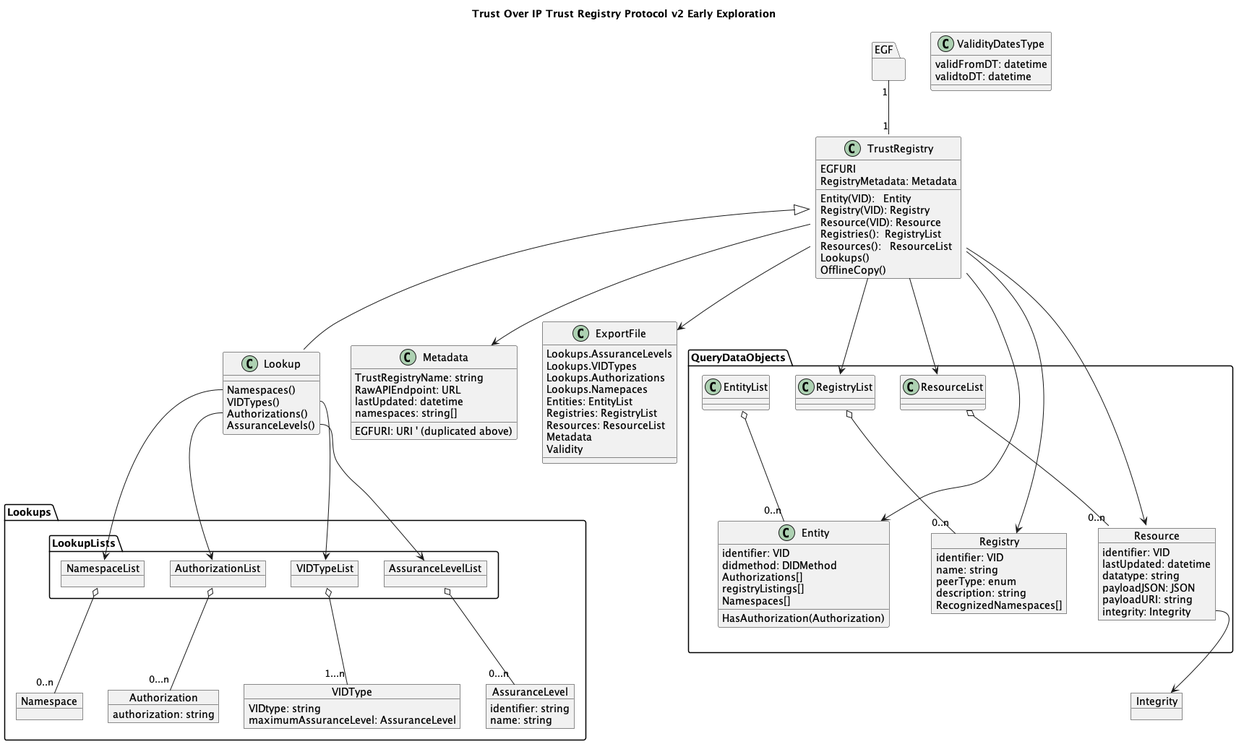
Above: spec/images/puml/highlevel.png in trustoverip/tswg-trust-registry-protocol (PlantUML), before the change. The source it was exported from:
```plantuml
@startuml



title Trust Over IP Trust Registry Protocol v2 Early Exploration

package EGF {

}



class TrustRegistry {
    EGFURI
    Entity(VID):   Entity
    Registry(VID): Registry
    Resource(VID): Resource
    Registries():  RegistryList
    Resources():   ResourceList
    RegistryMetadata: Metadata
    Lookups()
    OfflineCopy()
}





class Lookup {
    Namespaces()
    VIDTypes()
    Authorizations()
    AssuranceLevels()

}

class Metadata {
    EGFURI: URI ' (duplicated above)
    TrustRegistryName: string
    RawAPIEndpoint: URL
    lastUpdated: datetime
    namespaces: string[]


}

EGF "1" -- "1" TrustRegistry


TrustRegistry <|-- Lookup

package QueryDataObjects {

    class RegistryList
    class ResourceList
    class EntityList

    class Entity {
        identifier: VID
        didmethod: DIDMethod
        Authorizations[]
        registryListings[]
        Namespaces[]
        HasAuthorization(Authorization)
    }

    object Registry {
        identifier: VID
        name: string
        peerType: enum
        description: string
        RecognizedNamespaces[]
    }
    object Resource {
        identifier: VID
        lastUpdated: datetime
        datatype: string
        payloadJSON: JSON
        payloadURI: string
        integrity: Integrity
    }
}

object Integrity

package Lookups {
    package LookupLists {
        object NamespaceList
        object VIDTypeList
        object AssuranceLevelList
        object AuthorizationList
    }

    object VIDType {
        VIDtype: string
        maximumAssuranceLevel: AssuranceLevel
    }

    object Authorization {
        authorization: string
    }


    object Namespace
    object AssuranceLevel {
        identifier: string
        name: string
    }


}


class ExportFile {
    Lookups.AssuranceLevels
    Lookups.VIDTypes
    Lookups.Authorizations
    Lookups.Namepaces
    Entities: EntityList
    Registries: RegistryList
    Resources: ResourceList
    Metadata
    Validity


}

Class ValidityDatesType {
    validFromDT: datetime
    validtoDT: datetime
}

EntityList o-- "0..n" Entity
RegistryList  o-- "0..n" Registry
ResourceList  o-- "0..n" Resource

Resource::integrity --> Integrity

Lookup::VIDTypes --> VIDTypeList
Lookup::Authorizations --> AuthorizationList
Lookup::AssuranceLevels --> AssuranceLevelList
Lookup::Namespaces --> NamespaceList

TrustRegistry --> Metadata
TrustRegistry::Entity --> Entity
TrustRegistry::Registry --> Registry
TrustRegistry::Resource --> Resource
TrustRegistry::Registries --> RegistryList
TrustRegistry::Resources --> ResourceList


VIDTypeList o-- "1...n" VIDType
AuthorizationList o-- "0...n" Authorization
NamespaceList o-- "0..n" Namespace



TrustRegistry::OfflineCopy --> ExportFile



AssuranceLevelList o-- "0...n" AssuranceLevel


@enduml
```
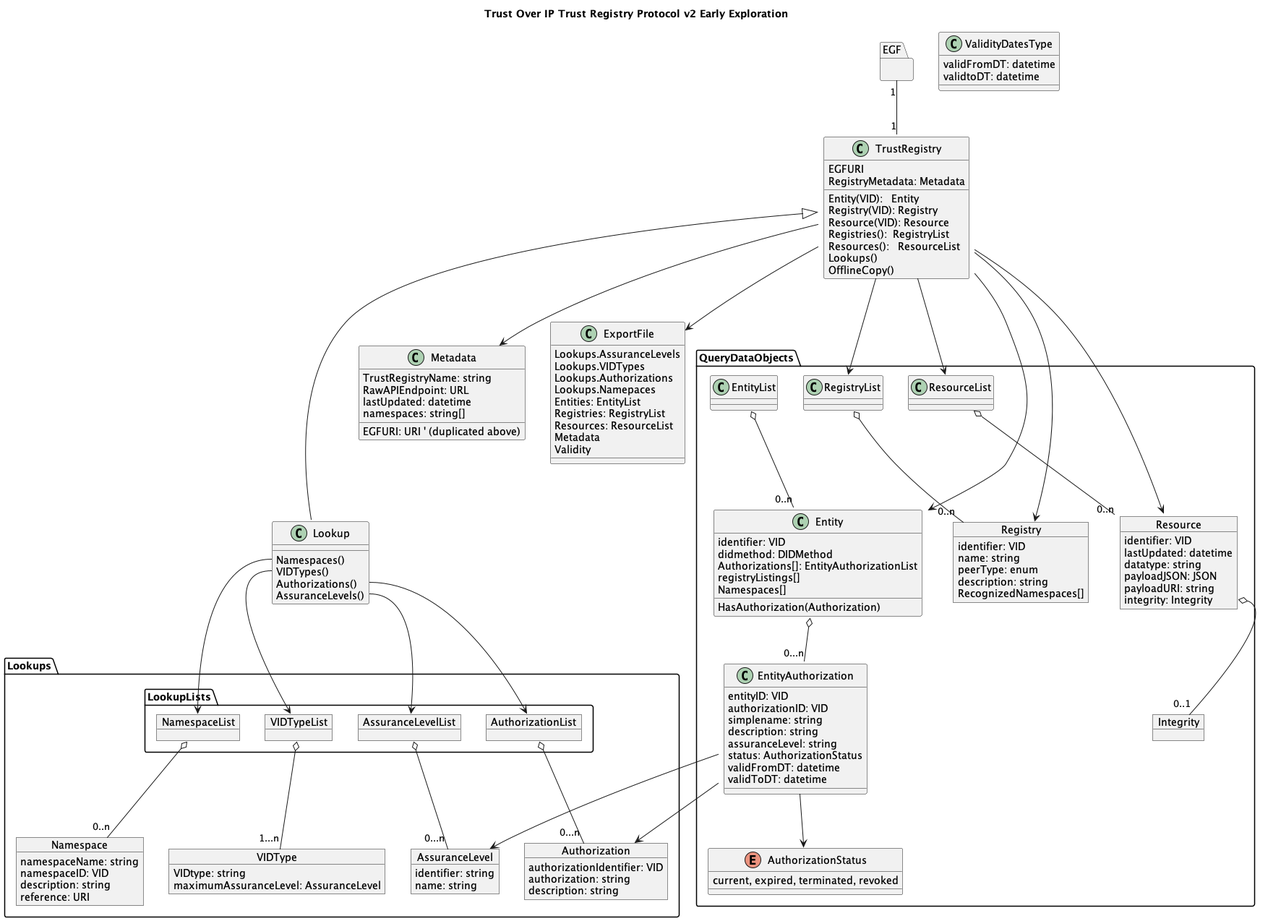
The same file after the commit.

Change to the diagram source:
```diff
@@ -51,6 +51,7 @@
 
 package QueryDataObjects {
 
+
     class RegistryList
     class ResourceList
     class EntityList
@@ -58,10 +59,22 @@
     class Entity {
         identifier: VID
         didmethod: DIDMethod
-        Authorizations[]
+        Authorizations[]: EntityAuthorizationList
         registryListings[]
         Namespaces[]
         HasAuthorization(Authorization)
+    }
+
+    class EntityAuthorization {
+        entityID: VID
+        authorizationID: VID
+        simplename: string
+        description: string
+        assuranceLevel: string
+        status: AuthorizationStatus
+        validFromDT: datetime
+        validToDT: datetime
+
     }
 
     object Registry {
@@ -79,9 +92,17 @@
         payloadURI: string
         integrity: Integrity
     }
+
+    object Integrity
+
+    enum AuthorizationStatus {
+        current, expired, terminated, revoked
+    }
 }
 
-object Integrity
+
+
+
 
 package Lookups {
     package LookupLists {
@@ -97,16 +118,21 @@
     }
 
     object Authorization {
+        authorizationIdentifier: VID
         authorization: string
+        description: string
     }
 
-
-    object Namespace
+    object Namespace {
+        namespaceName: string
+        namespaceID: VID
+        description: string
+        reference: URI
+    }
     object AssuranceLevel {
         identifier: string
         name: string
     }
-
 
 }
 
@@ -134,12 +160,18 @@
 RegistryList  o-- "0..n" Registry
 ResourceList  o-- "0..n" Resource
 
-Resource::integrity --> Integrity
+Resource::integrity o-- "0..1" Integrity
 
 Lookup::VIDTypes --> VIDTypeList
 Lookup::Authorizations --> AuthorizationList
 Lookup::AssuranceLevels --> AssuranceLevelList
 Lookup::Namespaces --> NamespaceList
+
+Entity::Authorizations o-- "0...n" EntityAuthorization
+EntityAuthorization::status --> AuthorizationStatus
+EntityAuthorization::authorizationID --> Authorization
+EntityAuthorization::assuranceLevel --> AssuranceLevel
+
 
 TrustRegistry --> Metadata
 TrustRegistry::Entity --> Entity
```
